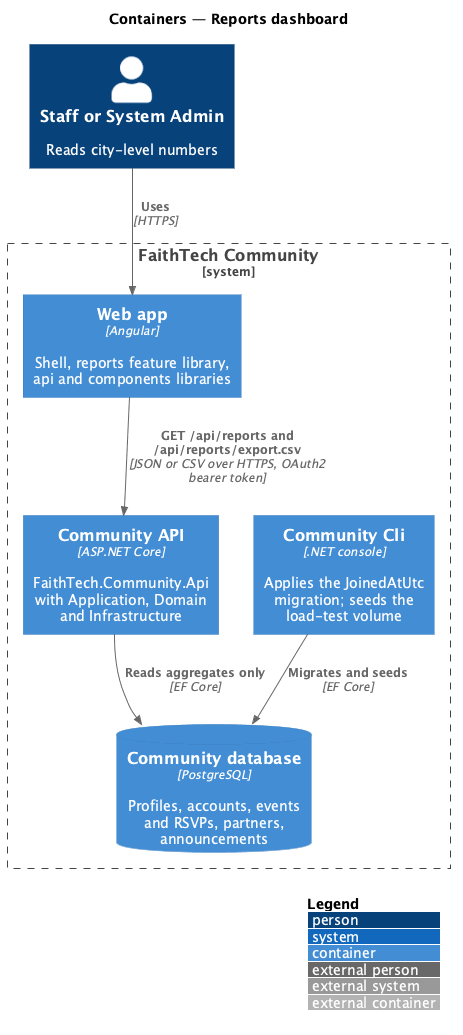
Before: docs/detailed-designs/reports/reports-dashboard/diagrams/c4-container.png, a diagram exported from PlantUML (QuinntyneBrown/faithtech-community). Source of this version:
```plantuml
@startuml
!include <C4/C4_Container>
LAYOUT_WITH_LEGEND()
title Containers — Reports dashboard
Person(staff, "Staff or System Admin", "Reads city-level numbers")
System_Boundary(community, "FaithTech Community") {
  Container(web, "Web app", "Angular", "Shell, reports feature library, api and components libraries")
  Container(api, "Community API", "ASP.NET Core", "FaithTech.Community.Api with Application, Domain and Infrastructure")
  Container(cli, "Community Cli", ".NET console", "Applies the JoinedAtUtc migration; seeds the load-test volume")
  ContainerDb(db, "Community database", "PostgreSQL", "Profiles, accounts, events and RSVPs, partners, announcements")
}
Rel(staff, web, "Uses", "HTTPS")
Rel(web, api, "GET /api/reports and /api/reports/export.csv", "JSON or CSV over HTTPS, OAuth2 bearer token")
Rel(api, db, "Reads aggregates only", "EF Core")
Rel(cli, db, "Migrates and seeds", "EF Core")
@enduml
```
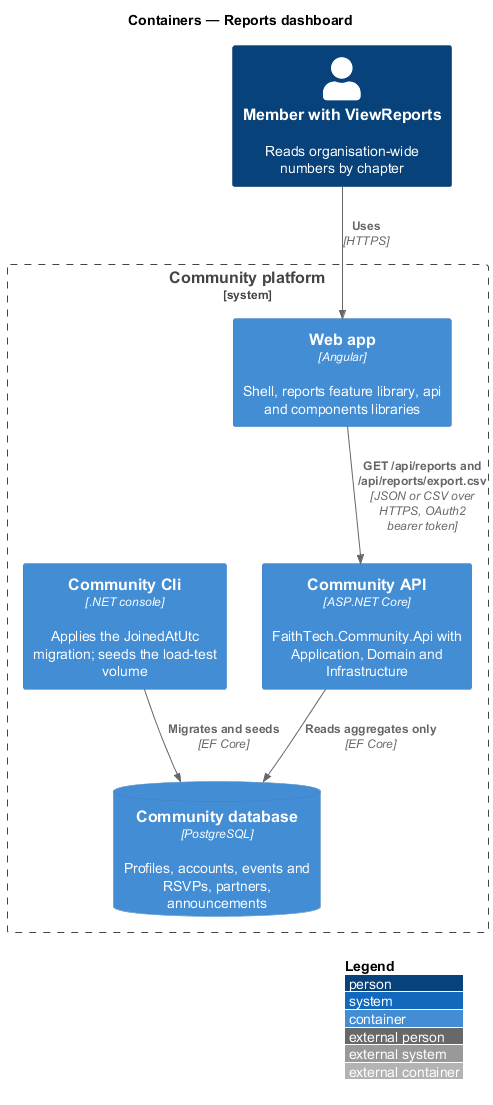
The same file after the commit.

Diff of the diagram source:
```diff
@@ -2,8 +2,8 @@
 !include <C4/C4_Container>
 LAYOUT_WITH_LEGEND()
 title Containers — Reports dashboard
-Person(staff, "Staff or System Admin", "Reads city-level numbers")
-System_Boundary(community, "FaithTech Community") {
+Person(staff, "Member with ViewReports", "Reads organisation-wide numbers by chapter")
+System_Boundary(community, "Community platform") {
   Container(web, "Web app", "Angular", "Shell, reports feature library, api and components libraries")
   Container(api, "Community API", "ASP.NET Core", "FaithTech.Community.Api with Application, Domain and Infrastructure")
   Container(cli, "Community Cli", ".NET console", "Applies the JoinedAtUtc migration; seeds the load-test volume")
```
